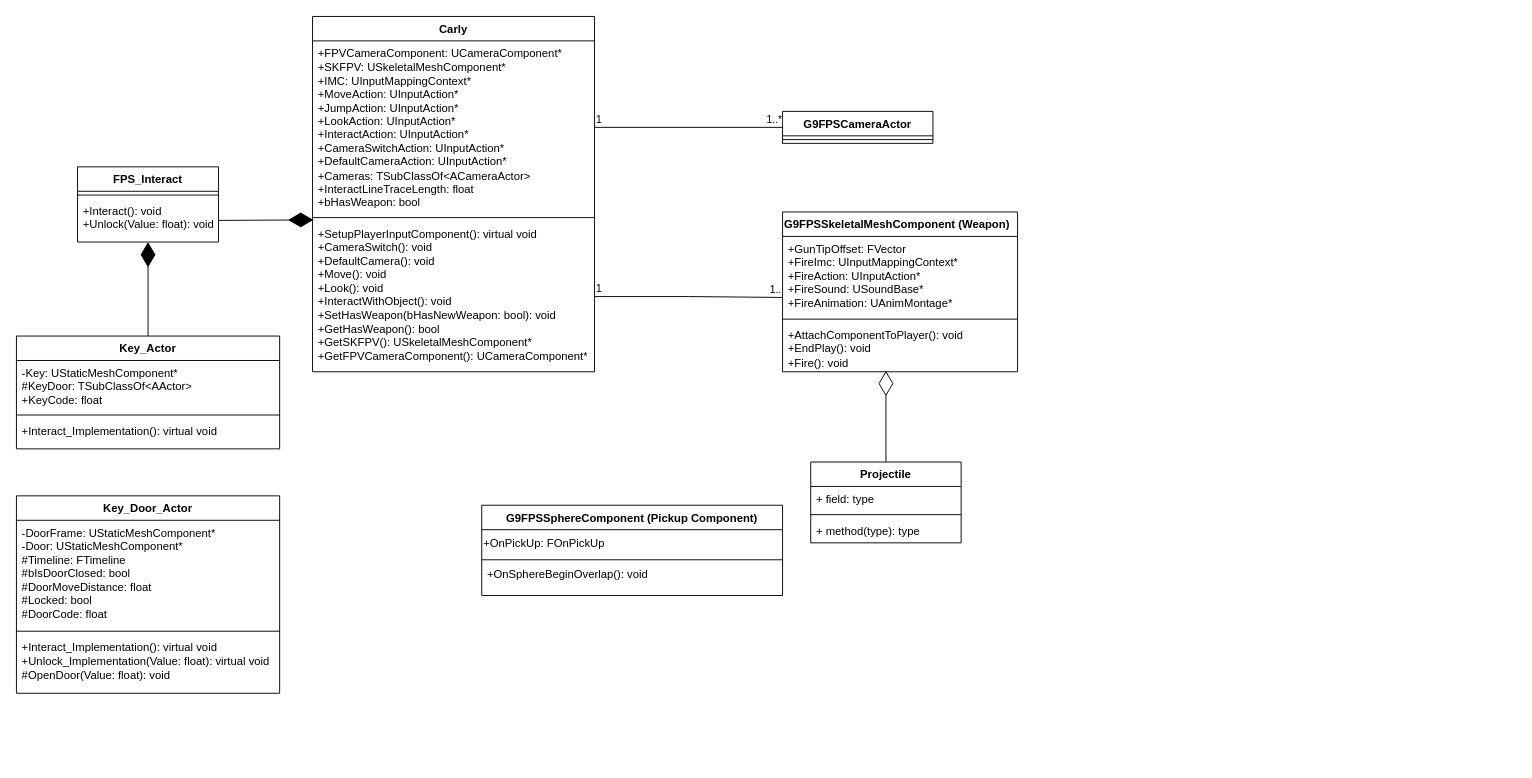
The draw.io diagram Untitled Diagram.drawio in Bendelorm/G9FPS, before the edit. Source tidied: cells renumbered, new cells numbered last; positions are measured from the earlier drawing's top-left corner, leaving out a move shared by most shapes. Both pictures are drawn from the tidied source at 94%, with x=0, y=0 at pixel (16, 16).
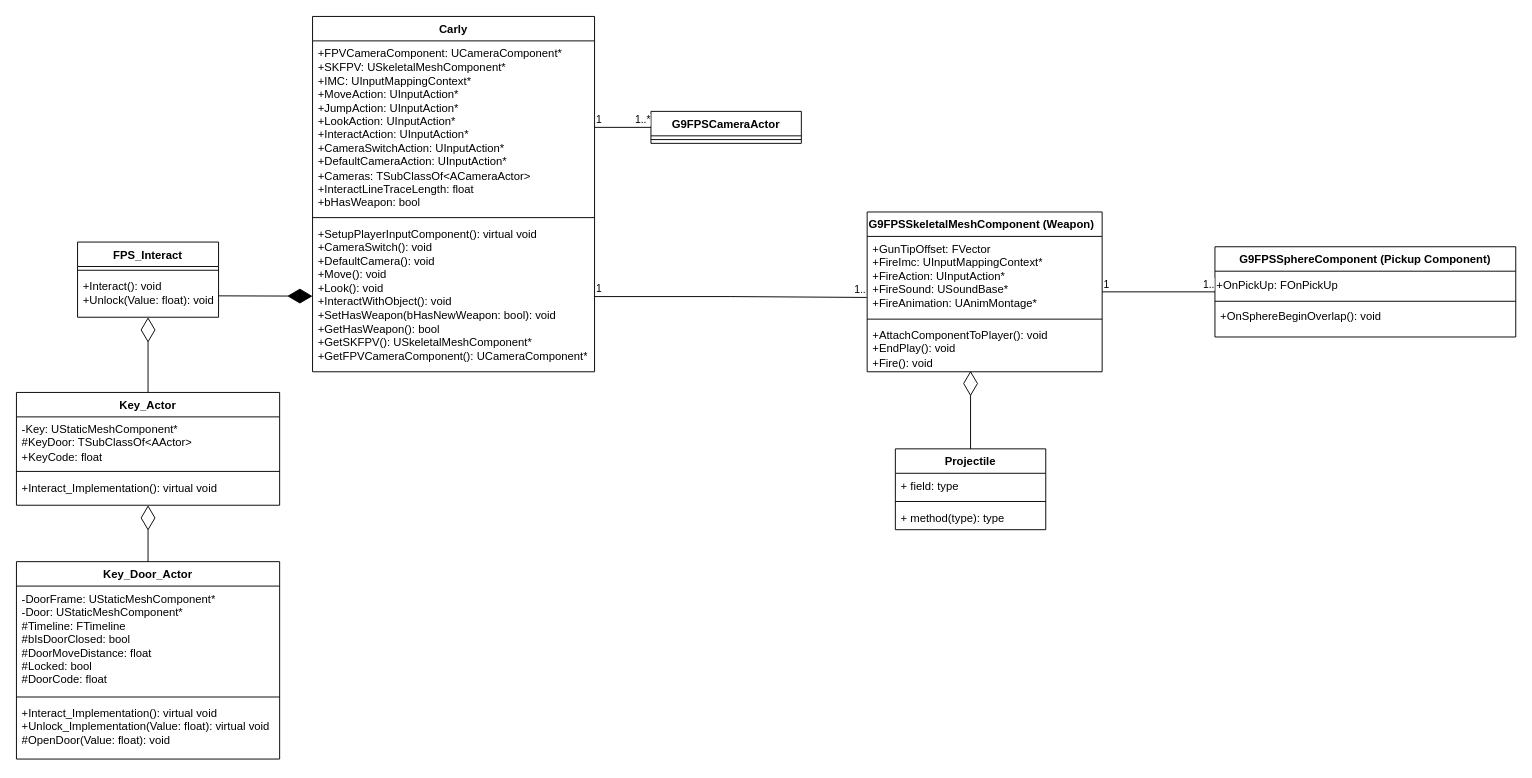
After the change.

The change refers to these unchanged cells:
```xml
<mxCell id="13" value="+Interact_Implementation(): virtual void&lt;div&gt;&lt;br&gt;&lt;/div&gt;" style="text;strokeColor=none;fillColor=none;align=left;verticalAlign=top;spacingLeft=4;spacingRight=4;overflow=hidden;points=[[0,0.5],[1,0.5]];portConstraint=eastwest;whiteSpace=wrap;html=1;" parent="10" vertex="1">
  <mxGeometry y="88" width="280" height="32" as="geometry" />
</mxCell>
<mxCell id="21" value="+SetupPlayerInputComponent(): virtual void&lt;div&gt;+CameraSwitch(): void&lt;/div&gt;&lt;div&gt;+DefaultCamera(): void&lt;/div&gt;&lt;div&gt;+Move(): void&lt;/div&gt;&lt;div&gt;+Look(): void&lt;/div&gt;&lt;div&gt;+InteractWithObject(): void&lt;/div&gt;&lt;div&gt;+SetHasWeapon(bHasNewWeapon: bool): void&lt;/div&gt;&lt;div&gt;+GetHasWeapon(): bool&lt;/div&gt;&lt;div&gt;+GetSKFPV(): USkeletalMeshComponent*&lt;/div&gt;&lt;div&gt;+GetFPVCameraComponent(): UCameraComponent*&lt;/div&gt;" style="text;strokeColor=none;fillColor=none;align=left;verticalAlign=top;spacingLeft=4;spacingRight=4;overflow=hidden;points=[[0,0.5],[1,0.5]];portConstraint=eastwest;whiteSpace=wrap;html=1;" parent="18" vertex="1">
  <mxGeometry y="218" width="300" height="160" as="geometry" />
</mxCell>
<mxCell id="24" value="+Interact(): void&lt;div&gt;+Unlock(Value: float): void&lt;/div&gt;" style="text;strokeColor=none;fillColor=none;align=left;verticalAlign=top;spacingLeft=4;spacingRight=4;overflow=hidden;points=[[0,0.5],[1,0.5]];portConstraint=eastwest;whiteSpace=wrap;html=1;" parent="22" vertex="1">
  <mxGeometry y="34" width="150" height="46" as="geometry" />
</mxCell>
```

What changed in the source:
```diff
@@
     <mxCell id="2" value="G9FPSSkeletalMeshComponent (Weapon)" style="swimlane;fontStyle=1;align=left;verticalAlign=top;horizontal=1;startSize=26;whiteSpace=wrap;html=1;" parent="1" vertex="1">
-      <mxGeometry x="815" y="208" width="250" height="170" as="geometry" />
+      <mxGeometry x="905" y="208" width="250" height="170" as="geometry" />
     </mxCell>
@@
     <mxCell id="6" value="G9FPSSphereComponent (Pickup Component)" style="swimlane;fontStyle=1;align=center;verticalAlign=top;horizontal=1;startSize=26;whiteSpace=wrap;html=1;" parent="1" vertex="1">
-      <mxGeometry x="495" y="520" width="320" height="96" as="geometry" />
+      <mxGeometry x="1275" y="245" width="320" height="96" as="geometry" />
     </mxCell>
@@
     <mxCell id="10" value="Key_Actor" style="swimlane;fontStyle=1;align=center;verticalAlign=top;horizontal=1;startSize=26;whiteSpace=wrap;html=1;" parent="1" vertex="1">
-      <mxGeometry y="340" width="280" height="120" as="geometry" />
+      <mxGeometry y="400" width="280" height="120" as="geometry" />
     </mxCell>
@@
     <mxCell id="14" value="Key_Door_Actor" style="swimlane;fontStyle=1;align=center;verticalAlign=top;horizontal=1;startSize=26;whiteSpace=wrap;html=1;" parent="1" vertex="1">
-      <mxGeometry y="510" width="280" height="210" as="geometry" />
+      <mxGeometry y="580" width="280" height="210" as="geometry" />
     </mxCell>
@@
     <mxCell id="22" value="FPS_Interact" style="swimlane;fontStyle=1;align=center;verticalAlign=top;horizontal=1;startSize=26;whiteSpace=wrap;html=1;" parent="1" vertex="1">
-      <mxGeometry x="65" y="160" width="150" height="80" as="geometry" />
+      <mxGeometry x="65" y="240" width="150" height="80" as="geometry" />
     </mxCell>
@@
     <mxCell id="25" value="G9FPSCameraActor" style="swimlane;fontStyle=1;align=center;verticalAlign=top;horizontal=1;startSize=26;whiteSpace=wrap;html=1;" parent="1" vertex="1">
-      <mxGeometry x="815" y="101" width="160" height="34" as="geometry" />
+      <mxGeometry x="675" y="101" width="160" height="34" as="geometry" />
     </mxCell>
@@
     <mxCell id="33" value="Projectile" style="swimlane;fontStyle=1;align=center;verticalAlign=top;horizontal=1;startSize=26;whiteSpace=wrap;html=1;" parent="1" vertex="1">
-      <mxGeometry x="845" y="474" width="160" height="86" as="geometry" />
+      <mxGeometry x="935" y="460" width="160" height="86" as="geometry" />
     </mxCell>
@@
-    <mxCell id="38" style="endArrow=diamondThin;endFill=1;endSize=24;html=1;rounded=0;entryX=0.003;entryY=-0.01;entryDx=0;entryDy=0;entryPerimeter=0;exitX=1;exitY=0.5;exitDx=0;exitDy=0;" parent="1" edge="1" source="24" target="21">
+    <mxCell id="38" style="endArrow=diamondThin;endFill=1;endSize=24;html=1;rounded=0;" parent="1" edge="1" source="24" target="21">
       <mxGeometry relative="1" as="geometry" />
     </mxCell>
-    <mxCell id="39" style="endArrow=diamondThin;endFill=1;endSize=24;html=1;rounded=0;" parent="1" edge="1" source="10" target="24">
+    <mxCell id="39" style="endArrow=diamondThin;endFill=0;endSize=24;html=1;rounded=0;" parent="1" edge="1" source="10" target="24">
       <mxGeometry relative="1" as="geometry" />
     </mxCell>
+    <mxCell id="40" style="endArrow=diamondThin;endFill=0;endSize=24;html=1;rounded=0;" parent="1" edge="1" source="14" target="13">
+      <mxGeometry relative="1" as="geometry" />
+    </mxCell>
+    <mxCell id="41" style="endArrow=none;html=1;edgeStyle=orthogonalEdgeStyle;rounded=0;" parent="1" edge="1" source="2" target="6">
+      <mxGeometry relative="1" as="geometry" />
+    </mxCell>
+    <mxCell id="42" value="1" style="edgeLabel;html=1;align=left;verticalAlign=bottom;" parent="41" vertex="1">
+      <mxGeometry x="-1" relative="1" as="geometry" />
+    </mxCell>
+    <mxCell id="43" value="1.." style="edgeLabel;html=1;align=right;verticalAlign=bottom;" parent="41" vertex="1">
+      <mxGeometry x="1" relative="1" as="geometry" />
+    </mxCell>
```
